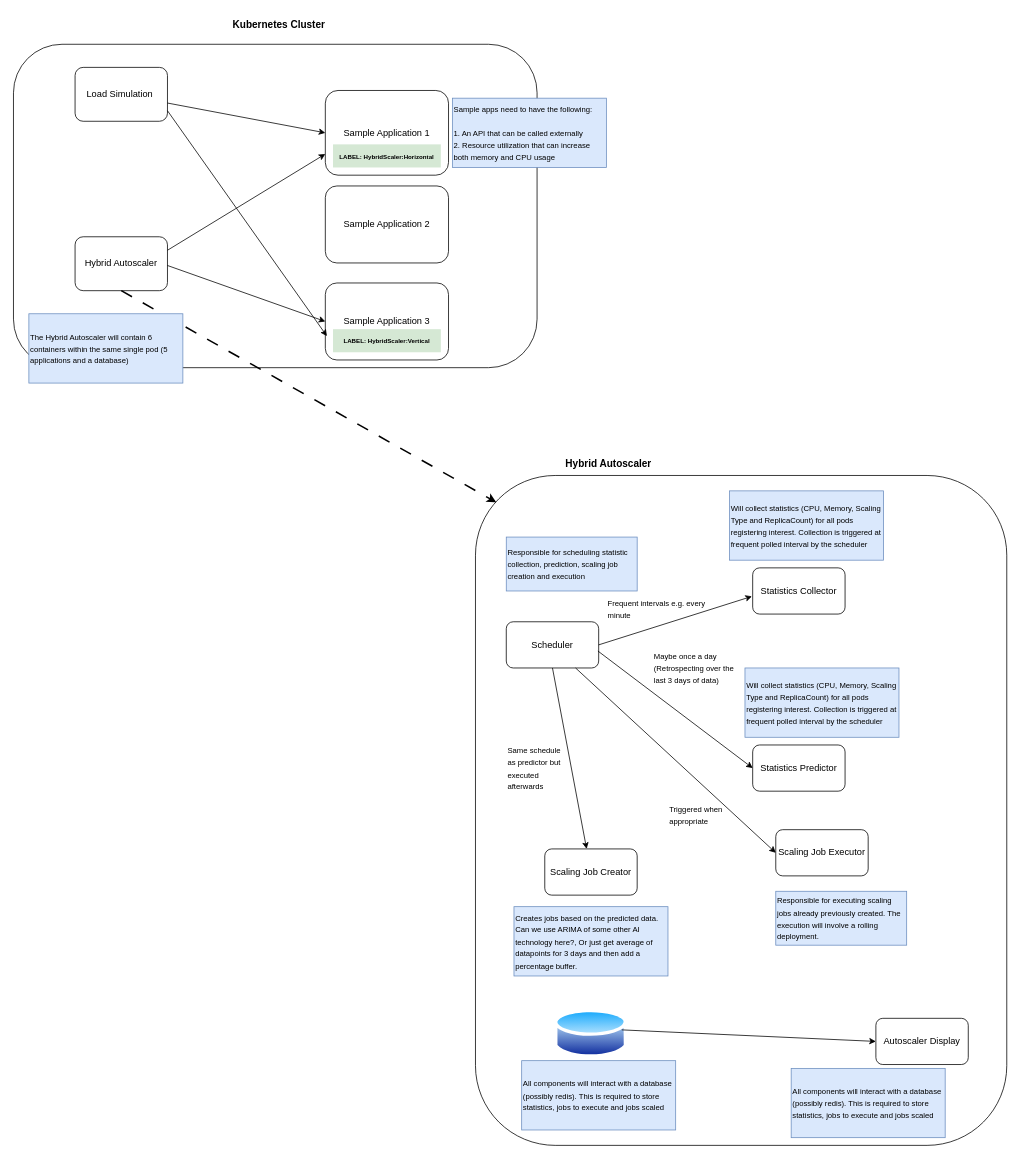
kerrystack/msc-project keeps this draw.io diagram as High level design.drawio. Above is the earlier version. Source tidied: cells renumbered, new cells numbered last; positions are measured from the earlier drawing's top-left corner, leaving out a move shared by most shapes. Both pictures are drawn from the tidied source at 77%, with x=0, y=0 at pixel (13, 13).
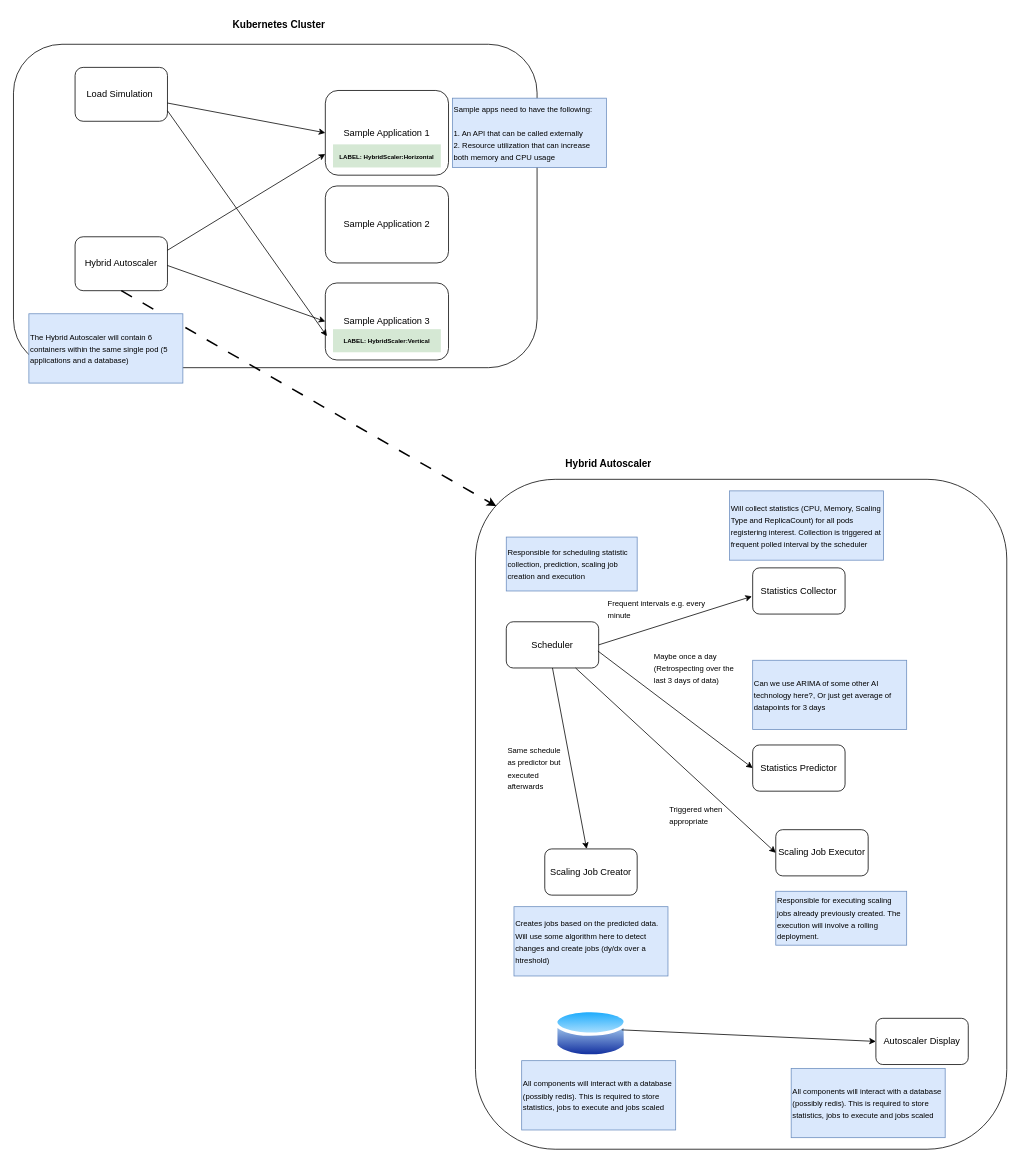
Above is the later version.

Diff of the diagram source:
```diff
@@
-    <mxCell id="22" value="&lt;span style=&quot;font-size: 10px;&quot;&gt;Will collect statistics (CPU, Memory, Scaling Type and ReplicaCount) for all pods registering interest. Collection is triggered at frequent polled interval by the scheduler&lt;/span&gt;" style="text;html=1;strokeColor=#6c8ebf;fillColor=#dae8fc;align=left;verticalAlign=middle;whiteSpace=wrap;rounded=0;fontSize=13;fontStyle=0;" parent="1" vertex="1">
-      <mxGeometry x="950" y="850" width="200" height="90" as="geometry" />
-    </mxCell>
@@
-    <mxCell id="27" value="&lt;span style=&quot;font-size: 10px;&quot;&gt;Creates jobs based on the predicted data. Can we use ARIMA of some other AI technology here?, Or just get average of datapoints for 3 days and then add a percentage buffer.&lt;/span&gt;" style="text;html=1;strokeColor=#6c8ebf;fillColor=#dae8fc;align=left;verticalAlign=middle;whiteSpace=wrap;rounded=0;fontSize=13;fontStyle=0;" parent="1" vertex="1">
+    <mxCell id="27" value="&lt;span style=&quot;font-size: 10px;&quot;&gt;Creates jobs based on the predicted data. Will use some algorithm here to detect changes and create jobs (dy/dx over a htreshold)&amp;nbsp;&lt;/span&gt;" style="text;html=1;strokeColor=#6c8ebf;fillColor=#dae8fc;align=left;verticalAlign=middle;whiteSpace=wrap;rounded=0;fontSize=13;fontStyle=0;" parent="1" vertex="1">
       <mxGeometry x="650" y="1160" width="200" height="90" as="geometry" />
     </mxCell>
@@
     <mxCell id="32" style="rounded=1;whiteSpace=wrap;html=1;fillColor=none;" parent="1" vertex="1">
-      <mxGeometry x="600" y="600" width="690" height="870" as="geometry" />
+      <mxGeometry x="600" y="605" width="690" height="870" as="geometry" />
     </mxCell>
@@
+    <mxCell id="43" value="&lt;span style=&quot;font-size: 10px;&quot;&gt;Can we use ARIMA of some other AI technology here?, Or just get average of datapoints for 3 days&lt;/span&gt;" style="text;html=1;strokeColor=#6c8ebf;fillColor=#dae8fc;align=left;verticalAlign=middle;whiteSpace=wrap;rounded=0;fontSize=13;fontStyle=0;" parent="1" vertex="1">
+      <mxGeometry x="960" y="840" width="200" height="90" as="geometry" />
+    </mxCell>
```
